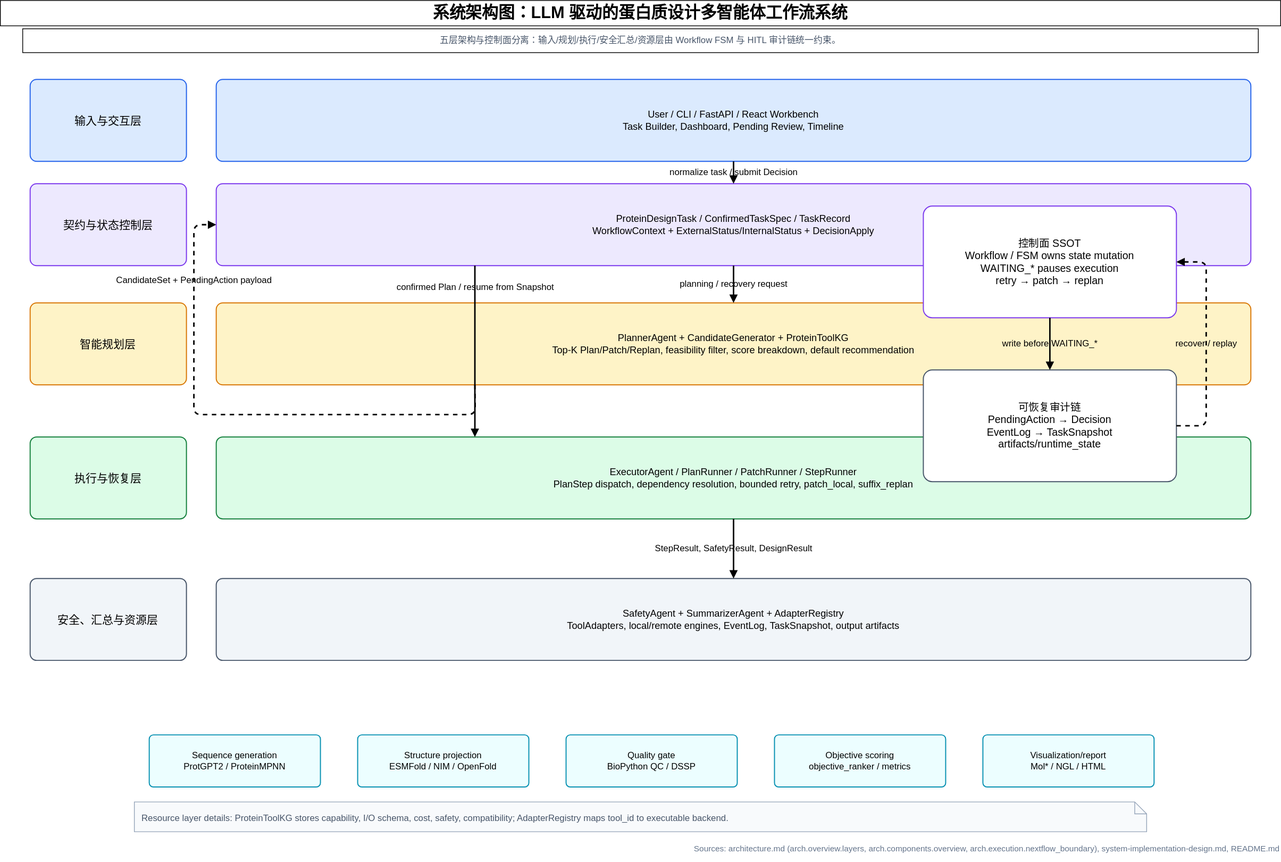
The draw.io diagram paper/figures/system-architecture.drawio.svg in Yuri-Kon/thesis-project, before a commit. Source tidied: cells renumbered, new cells last; positions are measured from the earlier drawing's top-left corner, leaving out a move shared by most shapes.
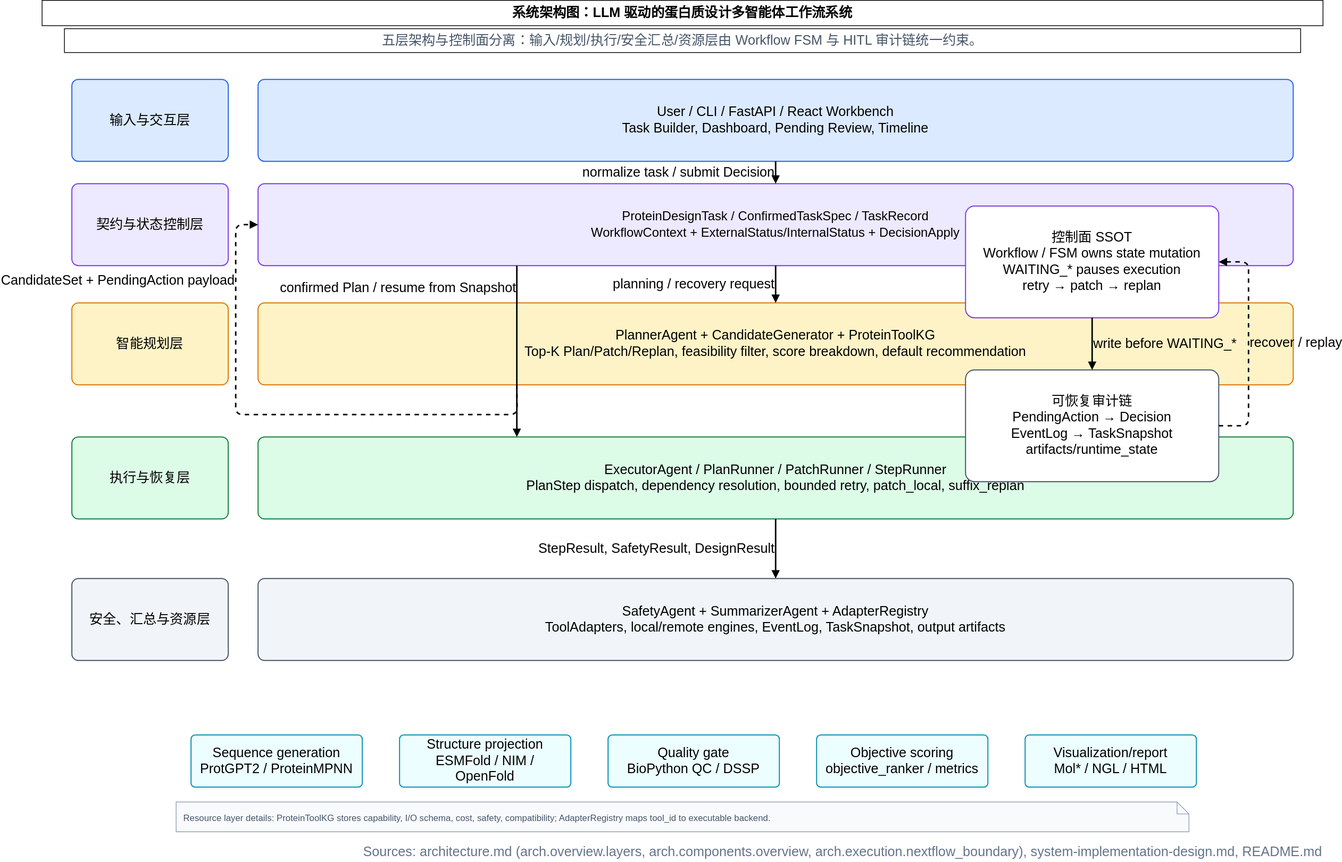
After the change.

Change to the diagram source:
```diff
@@ -2,49 +2,49 @@
   <root>
     <mxCell id="0" />
     <mxCell id="1" parent="0" />
+    <mxCell id="7" value="&lt;font style=&quot;font-size: 17px;&quot;&gt;ProteinDesignTask / ConfirmedTaskSpec / TaskRecord&lt;br&gt;WorkflowContext + ExternalStatus/InternalStatus + DecisionApply&lt;/font&gt;" style="rounded=1;whiteSpace=wrap;html=1;arcSize=8;fillColor=#EDE9FE;strokeColor=#7C3AED;strokeWidth=1.4;fontFamily=Helvetica;fontSize=18;align=center;verticalAlign=middle;spacing=8;" parent="1" vertex="1">
+      <mxGeometry x="290" y="246" width="1390" height="110" as="geometry" />
+    </mxCell>
-    <mxCell id="2" value="系统架构图：LLM 驱动的蛋白质设计多智能体工作流系统" style="fontFamily=Helvetica;fontSize=22;fontStyle=1;align=center;verticalAlign=middle;whiteSpace=wrap;html=1;" parent="1" vertex="1">
+    <mxCell id="2" value="系统架构图：LLM 驱动的蛋白质设计多智能体工作流系统" style="fontFamily=Helvetica;fontSize=18;fontStyle=1;align=center;verticalAlign=middle;whiteSpace=wrap;html=1;" parent="1" vertex="1">
       <mxGeometry width="1720" height="34" as="geometry" />
     </mxCell>
-    <mxCell id="3" value="五层架构与控制面分离：输入/规划/执行/安全汇总/资源层由 Workflow FSM 与 HITL 审计链统一约束。" style="fontFamily=Helvetica;fontSize=12;fontColor=#475569;align=center;verticalAlign=middle;whiteSpace=wrap;html=1;" parent="1" vertex="1">
+    <mxCell id="3" value="五层架构与控制面分离：输入/规划/执行/安全汇总/资源层由 Workflow FSM 与 HITL 审计链统一约束。" style="fontFamily=Helvetica;fontSize=18;fontColor=#475569;align=center;verticalAlign=middle;whiteSpace=wrap;html=1;" parent="1" vertex="1">
       <mxGeometry x="30" y="38" width="1660" height="32" as="geometry" />
     </mxCell>
-    <mxCell id="4" value="输入与交互层" style="rounded=1;whiteSpace=wrap;html=1;arcSize=8;fillColor=#DBEAFE;strokeColor=#2563EB;strokeWidth=1.4;fontFamily=Helvetica;fontSize=15;align=center;verticalAlign=middle;spacing=8;" parent="1" vertex="1">
+    <mxCell id="4" value="输入与交互层" style="rounded=1;whiteSpace=wrap;html=1;arcSize=8;fillColor=#DBEAFE;strokeColor=#2563EB;strokeWidth=1.4;fontFamily=Helvetica;fontSize=18;align=center;verticalAlign=middle;spacing=8;" parent="1" vertex="1">
       <mxGeometry x="40" y="106" width="210" height="110" as="geometry" />
     </mxCell>
-    <mxCell id="5" value="User / CLI / FastAPI / React Workbench&lt;br&gt;Task Builder, Dashboard, Pending Review, Timeline" style="rounded=1;whiteSpace=wrap;html=1;arcSize=8;fillColor=#DBEAFE;strokeColor=#2563EB;strokeWidth=1.4;fontFamily=Helvetica;fontSize=13;align=center;verticalAlign=middle;spacing=8;" parent="1" vertex="1">
+    <mxCell id="5" value="User / CLI / FastAPI / React Workbench&lt;br&gt;Task Builder, Dashboard, Pending Review, Timeline" style="rounded=1;whiteSpace=wrap;html=1;arcSize=8;fillColor=#DBEAFE;strokeColor=#2563EB;strokeWidth=1.4;fontFamily=Helvetica;fontSize=18;align=center;verticalAlign=middle;spacing=8;" parent="1" vertex="1">
       <mxGeometry x="290" y="106" width="1390" height="110" as="geometry" />
     </mxCell>
-    <mxCell id="6" value="契约与状态控制层" style="rounded=1;whiteSpace=wrap;html=1;arcSize=8;fillColor=#EDE9FE;strokeColor=#7C3AED;strokeWidth=1.4;fontFamily=Helvetica;fontSize=15;align=center;verticalAlign=middle;spacing=8;" parent="1" vertex="1">
+    <mxCell id="6" value="契约与状态控制层" style="rounded=1;whiteSpace=wrap;html=1;arcSize=8;fillColor=#EDE9FE;strokeColor=#7C3AED;strokeWidth=1.4;fontFamily=Helvetica;fontSize=18;align=center;verticalAlign=middle;spacing=8;" parent="1" vertex="1">
       <mxGeometry x="40" y="246" width="210" height="110" as="geometry" />
     </mxCell>
-    <mxCell id="7" value="ProteinDesignTask / ConfirmedTaskSpec / TaskRecord&lt;br&gt;WorkflowContext + ExternalStatus/InternalStatus + DecisionApply" style="rounded=1;whiteSpace=wrap;html=1;arcSize=8;fillColor=#EDE9FE;strokeColor=#7C3AED;strokeWidth=1.4;fontFamily=Helvetica;fontSize=13;align=center;verticalAlign=middle;spacing=8;" parent="1" vertex="1">
-      <mxGeometry x="290" y="246" width="1390" height="110" as="geometry" />
-    </mxCell>
-    <mxCell id="8" value="智能规划层" style="rounded=1;whiteSpace=wrap;html=1;arcSize=8;fillColor=#FEF3C7;strokeColor=#D97706;strokeWidth=1.4;fontFamily=Helvetica;fontSize=15;align=center;verticalAlign=middle;spacing=8;" parent="1" vertex="1">
+    <mxCell id="8" value="智能规划层" style="rounded=1;whiteSpace=wrap;html=1;arcSize=8;fillColor=#FEF3C7;strokeColor=#D97706;strokeWidth=1.4;fontFamily=Helvetica;fontSize=18;align=center;verticalAlign=middle;spacing=8;" parent="1" vertex="1">
       <mxGeometry x="40" y="406" width="210" height="110" as="geometry" />
     </mxCell>
-    <mxCell id="9" value="PlannerAgent + CandidateGenerator + ProteinToolKG&lt;br&gt;Top-K Plan/Patch/Replan, feasibility filter, score breakdown, default recommendation" style="rounded=1;whiteSpace=wrap;html=1;arcSize=8;fillColor=#FEF3C7;strokeColor=#D97706;strokeWidth=1.4;fontFamily=Helvetica;fontSize=13;align=center;verticalAlign=middle;spacing=8;" parent="1" vertex="1">
+    <mxCell id="9" value="PlannerAgent + CandidateGenerator + ProteinToolKG&lt;br&gt;Top-K Plan/Patch/Replan, feasibility filter, score breakdown, default recommendation" style="rounded=1;whiteSpace=wrap;html=1;arcSize=8;fillColor=#FEF3C7;strokeColor=#D97706;strokeWidth=1.4;fontFamily=Helvetica;fontSize=18;align=center;verticalAlign=middle;spacing=8;" parent="1" vertex="1">
       <mxGeometry x="290" y="406" width="1390" height="110" as="geometry" />
     </mxCell>
-    <mxCell id="10" value="执行与恢复层" style="rounded=1;whiteSpace=wrap;html=1;arcSize=8;fillColor=#DCFCE7;strokeColor=#15803D;strokeWidth=1.4;fontFamily=Helvetica;fontSize=15;align=center;verticalAlign=middle;spacing=8;" parent="1" vertex="1">
+    <mxCell id="10" value="执行与恢复层" style="rounded=1;whiteSpace=wrap;html=1;arcSize=8;fillColor=#DCFCE7;strokeColor=#15803D;strokeWidth=1.4;fontFamily=Helvetica;fontSize=18;align=center;verticalAlign=middle;spacing=8;" parent="1" vertex="1">
       <mxGeometry x="40" y="586" width="210" height="110" as="geometry" />
     </mxCell>
-    <mxCell id="11" value="ExecutorAgent / PlanRunner / PatchRunner / StepRunner&lt;br&gt;PlanStep dispatch, dependency resolution, bounded retry, patch_local, suffix_replan" style="rounded=1;whiteSpace=wrap;html=1;arcSize=8;fillColor=#DCFCE7;strokeColor=#15803D;strokeWidth=1.4;fontFamily=Helvetica;fontSize=13;align=center;verticalAlign=middle;spacing=8;" parent="1" vertex="1">
+    <mxCell id="11" value="ExecutorAgent / PlanRunner / PatchRunner / StepRunner&lt;br&gt;PlanStep dispatch, dependency resolution, bounded retry, patch_local, suffix_replan" style="rounded=1;whiteSpace=wrap;html=1;arcSize=8;fillColor=#DCFCE7;strokeColor=#15803D;strokeWidth=1.4;fontFamily=Helvetica;fontSize=18;align=center;verticalAlign=middle;spacing=8;" parent="1" vertex="1">
       <mxGeometry x="290" y="586" width="1390" height="110" as="geometry" />
     </mxCell>
-    <mxCell id="12" value="安全、汇总与资源层" style="rounded=1;whiteSpace=wrap;html=1;arcSize=8;fillColor=#F1F5F9;strokeColor=#475569;strokeWidth=1.4;fontFamily=Helvetica;fontSize=15;align=center;verticalAlign=middle;spacing=8;" parent="1" vertex="1">
+    <mxCell id="12" value="安全、汇总与资源层" style="rounded=1;whiteSpace=wrap;html=1;arcSize=8;fillColor=#F1F5F9;strokeColor=#475569;strokeWidth=1.4;fontFamily=Helvetica;fontSize=18;align=center;verticalAlign=middle;spacing=8;" parent="1" vertex="1">
       <mxGeometry x="40" y="776" width="210" height="110" as="geometry" />
     </mxCell>
-    <mxCell id="13" value="SafetyAgent + SummarizerAgent + AdapterRegistry&lt;br&gt;ToolAdapters, local/remote engines, EventLog, TaskSnapshot, output artifacts" style="rounded=1;whiteSpace=wrap;html=1;arcSize=8;fillColor=#F1F5F9;strokeColor=#475569;strokeWidth=1.4;fontFamily=Helvetica;fontSize=13;align=center;verticalAlign=middle;spacing=8;" parent="1" vertex="1">
+    <mxCell id="13" value="SafetyAgent + SummarizerAgent + AdapterRegistry&lt;br&gt;ToolAdapters, local/remote engines, EventLog, TaskSnapshot, output artifacts" style="rounded=1;whiteSpace=wrap;html=1;arcSize=8;fillColor=#F1F5F9;strokeColor=#475569;strokeWidth=1.4;fontFamily=Helvetica;fontSize=18;align=center;verticalAlign=middle;spacing=8;" parent="1" vertex="1">
       <mxGeometry x="290" y="776" width="1390" height="110" as="geometry" />
     </mxCell>
-    <mxCell id="14" value="normalize task / submit Decision" style="endArrow=block;html=1;rounded=1;strokeWidth=2;fontSize=12;fontFamily=Helvetica;labelBackgroundColor=none;" parent="1" edge="1" source="5" target="7">
+    <mxCell id="14" value="normalize task / submit Decision" style="endArrow=block;html=1;rounded=1;strokeWidth=2;fontSize=18;fontFamily=Helvetica;labelBackgroundColor=none;labelPosition=left;verticalLabelPosition=middle;align=right;verticalAlign=middle;" parent="1" edge="1" source="5" target="7">
       <mxGeometry relative="1" as="geometry" />
     </mxCell>
-    <mxCell id="15" value="planning / recovery request" style="endArrow=block;html=1;rounded=1;strokeWidth=2;fontSize=12;fontFamily=Helvetica;labelBackgroundColor=none;entryX=0.5;entryY=0;entryDx=0;entryDy=0;exitX=0.5;exitY=1;exitDx=0;exitDy=0;" parent="1" edge="1" source="7" target="9">
+    <mxCell id="15" value="planning / recovery request" style="endArrow=block;html=1;rounded=1;strokeWidth=2;fontSize=18;fontFamily=Helvetica;labelBackgroundColor=none;entryX=0.5;entryY=0;entryDx=0;entryDy=0;exitX=0.5;exitY=1;exitDx=0;exitDy=0;labelPosition=left;verticalLabelPosition=middle;align=right;verticalAlign=middle;" parent="1" edge="1" source="7" target="9">
       <mxGeometry relative="1" as="geometry" />
     </mxCell>
-    <mxCell id="16" value="CandidateSet + PendingAction payload" style="endArrow=block;html=1;rounded=1;strokeWidth=2;fontSize=12;fontFamily=Helvetica;labelBackgroundColor=none;dashed=1;exitX=0.25;exitY=1;exitDx=0;exitDy=0;entryX=0;entryY=0.5;entryDx=0;entryDy=0;" parent="1" edge="1" source="9" target="7">
+    <mxCell id="16" value="CandidateSet + PendingAction payload" style="endArrow=block;html=1;rounded=1;strokeWidth=2;fontSize=18;fontFamily=Helvetica;labelBackgroundColor=none;dashed=1;exitX=0.25;exitY=1;exitDx=0;exitDy=0;entryX=0;entryY=0.5;entryDx=0;entryDy=0;labelPosition=left;verticalLabelPosition=middle;align=right;verticalAlign=middle;" parent="1" edge="1" source="9" target="7">
       <mxGeometry x="0.7" relative="1" as="geometry">
         <Array as="points">
           <mxPoint x="638" y="556" />
@@ -53,21 +53,21 @@
         </Array>
       </mxGeometry>
     </mxCell>
-    <mxCell id="17" value="confirmed Plan / resume from Snapshot" style="endArrow=block;html=1;rounded=1;strokeWidth=2;fontSize=12;fontFamily=Helvetica;labelBackgroundColor=none;exitX=0.25;exitY=1;exitDx=0;exitDy=0;entryX=0.25;entryY=0;entryDx=0;entryDy=0;" parent="1" edge="1" source="7" target="11">
+    <mxCell id="17" value="confirmed Plan / resume from Snapshot" style="endArrow=block;html=1;rounded=1;strokeWidth=2;fontSize=18;fontFamily=Helvetica;labelBackgroundColor=none;exitX=0.25;exitY=1;exitDx=0;exitDy=0;entryX=0.25;entryY=0;entryDx=0;entryDy=0;labelPosition=left;verticalLabelPosition=middle;align=right;verticalAlign=middle;" parent="1" edge="1" source="7" target="11">
       <mxGeometry x="-0.74" relative="1" as="geometry">
         <mxPoint y="-1" as="offset" />
       </mxGeometry>
     </mxCell>
-    <mxCell id="18" value="StepResult, SafetyResult, DesignResult" style="endArrow=block;html=1;rounded=1;strokeWidth=2;fontSize=12;fontFamily=Helvetica;labelBackgroundColor=none;" parent="1" edge="1" source="11" target="13">
+    <mxCell id="18" value="StepResult, SafetyResult, DesignResult" style="endArrow=block;html=1;rounded=1;strokeWidth=2;fontSize=18;fontFamily=Helvetica;labelBackgroundColor=none;labelPosition=left;verticalLabelPosition=middle;align=right;verticalAlign=middle;" parent="1" edge="1" source="11" target="13">
       <mxGeometry relative="1" as="geometry" />
     </mxCell>
-    <mxCell id="19" value="控制面 SSOT&lt;br&gt;Workflow / FSM owns state mutation&lt;br&gt;WAITING_* pauses execution&lt;br&gt;retry → patch → replan" style="rounded=1;whiteSpace=wrap;html=1;arcSize=8;fillColor=#FFFFFF;strokeColor=#7C3AED;strokeWidth=1.4;fontFamily=Helvetica;fontSize=14;align=center;verticalAlign=middle;spacing=8;" parent="1" vertex="1">
+    <mxCell id="19" value="控制面 SSOT&lt;br&gt;Workflow / FSM owns state mutation&lt;br&gt;WAITING_* pauses execution&lt;br&gt;retry → patch → replan" style="rounded=1;whiteSpace=wrap;html=1;arcSize=8;fillColor=#FFFFFF;strokeColor=#7C3AED;strokeWidth=1.4;fontFamily=Helvetica;fontSize=18;align=center;verticalAlign=middle;spacing=8;" parent="1" vertex="1">
       <mxGeometry x="1240" y="276" width="340" height="150" as="geometry" />
     </mxCell>
-    <mxCell id="20" value="可恢复审计链&lt;br&gt;PendingAction → Decision&lt;br&gt;EventLog → TaskSnapshot&lt;br&gt;artifacts/runtime_state" style="rounded=1;whiteSpace=wrap;html=1;arcSize=8;fillColor=#FFFFFF;strokeColor=#475569;strokeWidth=1.4;fontFamily=Helvetica;fontSize=14;align=center;verticalAlign=middle;spacing=8;" parent="1" vertex="1">
+    <mxCell id="20" value="可恢复审计链&lt;br&gt;PendingAction → Decision&lt;br&gt;EventLog → TaskSnapshot&lt;br&gt;artifacts/runtime_state" style="rounded=1;whiteSpace=wrap;html=1;arcSize=8;fillColor=#FFFFFF;strokeColor=#475569;strokeWidth=1.4;fontFamily=Helvetica;fontSize=18;align=center;verticalAlign=middle;spacing=8;" parent="1" vertex="1">
       <mxGeometry x="1240" y="496" width="340" height="150" as="geometry" />
     </mxCell>
-    <mxCell id="21" value="write before WAITING_*" style="endArrow=block;html=1;rounded=1;strokeWidth=2;fontSize=12;fontFamily=Helvetica;labelBackgroundColor=none;" parent="1" edge="1" source="19" target="20">
+    <mxCell id="21" value="write before WAITING_*" style="endArrow=block;html=1;rounded=1;strokeWidth=2;fontSize=18;fontFamily=Helvetica;labelBackgroundColor=none;labelPosition=right;verticalLabelPosition=middle;align=left;verticalAlign=middle;" parent="1" edge="1" source="19" target="20">
       <mxGeometry relative="1" as="geometry">
         <Array as="points">
           <mxPoint x="1410" y="456" />
@@ -75,7 +75,7 @@
         </Array>
       </mxGeometry>
     </mxCell>
-    <mxCell id="22" value="recover / replay" style="endArrow=block;html=1;rounded=1;strokeWidth=2;fontSize=12;fontFamily=Helvetica;labelBackgroundColor=none;dashed=1;" parent="1" edge="1" source="20" target="19">
+    <mxCell id="22" value="recover / replay" style="endArrow=block;html=1;rounded=1;strokeWidth=2;fontSize=18;fontFamily=Helvetica;labelBackgroundColor=none;dashed=1;labelPosition=right;verticalLabelPosition=middle;align=left;verticalAlign=middle;" parent="1" edge="1" source="20" target="19">
       <mxGeometry relative="1" as="geometry">
         <Array as="points">
           <mxPoint x="1585" y="571" />
@@ -85,25 +85,25 @@
         </Array>
       </mxGeometry>
     </mxCell>
-    <mxCell id="23" value="Sequence generation&lt;br&gt;ProtGPT2 / ProteinMPNN" style="rounded=1;whiteSpace=wrap;html=1;arcSize=8;fillColor=#ECFEFF;strokeColor=#0891B2;strokeWidth=1.4;fontFamily=Helvetica;fontSize=12;align=center;verticalAlign=middle;spacing=8;" parent="1" vertex="1">
+    <mxCell id="23" value="Sequence generation&lt;br&gt;ProtGPT2 / ProteinMPNN" style="rounded=1;whiteSpace=wrap;html=1;arcSize=8;fillColor=#ECFEFF;strokeColor=#0891B2;strokeWidth=1.4;fontFamily=Helvetica;fontSize=18;align=center;verticalAlign=middle;spacing=8;" parent="1" vertex="1">
       <mxGeometry x="200" y="986" width="230" height="70" as="geometry" />
     </mxCell>
-    <mxCell id="24" value="Structure projection&lt;br&gt;ESMFold / NIM / OpenFold" style="rounded=1;whiteSpace=wrap;html=1;arcSize=8;fillColor=#ECFEFF;strokeColor=#0891B2;strokeWidth=1.4;fontFamily=Helvetica;fontSize=12;align=center;verticalAlign=middle;spacing=8;" parent="1" vertex="1">
+    <mxCell id="24" value="Structure projection&lt;br&gt;ESMFold / NIM / OpenFold" style="rounded=1;whiteSpace=wrap;html=1;arcSize=8;fillColor=#ECFEFF;strokeColor=#0891B2;strokeWidth=1.4;fontFamily=Helvetica;fontSize=18;align=center;verticalAlign=middle;spacing=8;" parent="1" vertex="1">
       <mxGeometry x="480" y="986" width="230" height="70" as="geometry" />
     </mxCell>
-    <mxCell id="25" value="Quality gate&lt;br&gt;BioPython QC / DSSP" style="rounded=1;whiteSpace=wrap;html=1;arcSize=8;fillColor=#ECFEFF;strokeColor=#0891B2;strokeWidth=1.4;fontFamily=Helvetica;fontSize=12;align=center;verticalAlign=middle;spacing=8;" parent="1" vertex="1">
+    <mxCell id="25" value="Quality gate&lt;br&gt;BioPython QC / DSSP" style="rounded=1;whiteSpace=wrap;html=1;arcSize=8;fillColor=#ECFEFF;strokeColor=#0891B2;strokeWidth=1.4;fontFamily=Helvetica;fontSize=18;align=center;verticalAlign=middle;spacing=8;" parent="1" vertex="1">
       <mxGeometry x="760" y="986" width="230" height="70" as="geometry" />
     </mxCell>
-    <mxCell id="26" value="Objective scoring&lt;br&gt;objective_ranker / metrics" style="rounded=1;whiteSpace=wrap;html=1;arcSize=8;fillColor=#ECFEFF;strokeColor=#0891B2;strokeWidth=1.4;fontFamily=Helvetica;fontSize=12;align=center;verticalAlign=middle;spacing=8;" parent="1" vertex="1">
+    <mxCell id="26" value="Objective scoring&lt;br&gt;objective_ranker / metrics" style="rounded=1;whiteSpace=wrap;html=1;arcSize=8;fillColor=#ECFEFF;strokeColor=#0891B2;strokeWidth=1.4;fontFamily=Helvetica;fontSize=18;align=center;verticalAlign=middle;spacing=8;" parent="1" vertex="1">
       <mxGeometry x="1040" y="986" width="230" height="70" as="geometry" />
     </mxCell>
-    <mxCell id="27" value="Visualization/report&lt;br&gt;Mol* / NGL / HTML" style="rounded=1;whiteSpace=wrap;html=1;arcSize=8;fillColor=#ECFEFF;strokeColor=#0891B2;strokeWidth=1.4;fontFamily=Helvetica;fontSize=12;align=center;verticalAlign=middle;spacing=8;" parent="1" vertex="1">
+    <mxCell id="27" value="Visualization/report&lt;br&gt;Mol* / NGL / HTML" style="rounded=1;whiteSpace=wrap;html=1;arcSize=8;fillColor=#ECFEFF;strokeColor=#0891B2;strokeWidth=1.4;fontFamily=Helvetica;fontSize=18;align=center;verticalAlign=middle;spacing=8;" parent="1" vertex="1">
       <mxGeometry x="1320" y="986" width="230" height="70" as="geometry" />
     </mxCell>
-    <mxCell id="28" value="Resource layer details: ProteinToolKG stores capability, I/O schema, cost, safety, compatibility; AdapterRegistry maps tool_id to executable backend." style="shape=note;whiteSpace=wrap;html=1;size=16;fillColor=#F8FAFC;strokeColor=#94A3B8;fontFamily=Helvetica;fontSize=13;fontSize=12;fontColor=#475569;align=left;verticalAlign=top;spacing=10;" parent="1" vertex="1">
+    <mxCell id="28" value="Resource layer details: ProteinToolKG stores capability, I/O schema, cost, safety, compatibility; AdapterRegistry maps tool_id to executable backend." style="shape=note;whiteSpace=wrap;html=1;size=16;fillColor=#F8FAFC;strokeColor=#94A3B8;fontFamily=Helvetica;fontSize=18;fontSize=12;fontColor=#475569;align=left;verticalAlign=top;spacing=10;" parent="1" vertex="1">
       <mxGeometry x="180" y="1076" width="1360" height="40" as="geometry" />
     </mxCell>
-    <mxCell id="29" value="Sources: architecture.md (arch.overview.layers, arch.components.overview, arch.execution.nextflow_boundary), system-implementation-design.md, README.md" style="text;html=1;strokeColor=none;fillColor=none;fontSize=11;fontColor=#64748B;align=right;" parent="1" vertex="1">
+    <mxCell id="29" value="Sources: architecture.md (arch.overview.layers, arch.components.overview, arch.execution.nextflow_boundary), system-implementation-design.md, README.md" style="text;html=1;strokeColor=none;fillColor=none;fontSize=18;fontColor=#64748B;align=right;" parent="1" vertex="1">
       <mxGeometry y="1126" width="1720" height="30" as="geometry" />
     </mxCell>
   </root>
```
